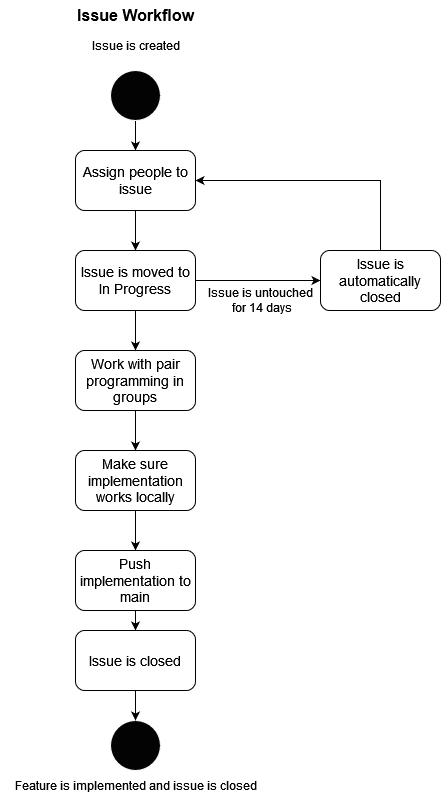
The draw.io diagram docs/diagrams/IssueWorkflow.png in ITU-BDSA23-GROUP19/Chirp, before a commit. Source tidied: cells renumbered, new cells last; positions are measured from the earlier drawing's top-left corner, leaving out a move shared by most shapes.
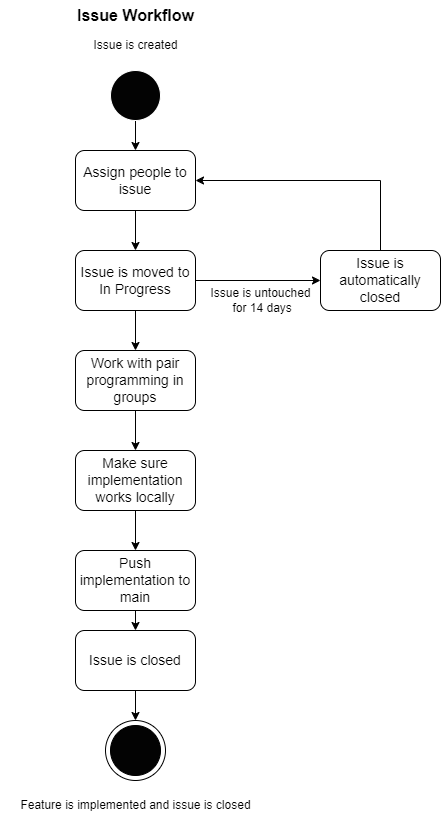
After the change.

What changed in the source:
```diff
@@ -2,6 +2,9 @@
   <root>
     <mxCell id="0" />
     <mxCell id="1" parent="0" />
+    <mxCell id="24" style="ellipse;whiteSpace=wrap;html=1;strokeColor=#000000;fillColor=#FFFFFF;" parent="1" vertex="1">
+      <mxGeometry x="105" y="720" width="60" height="60" as="geometry" />
+    </mxCell>
     <mxCell id="2" style="edgeStyle=orthogonalEdgeStyle;rounded=0;jettySize=auto;html=1;exitX=0.5;exitY=1;exitDx=0;exitDy=0;entryX=0.5;entryY=0;entryDx=0;entryDy=0;" parent="1" edge="1" source="3" target="7">
       <mxGeometry relative="1" as="geometry" />
     </mxCell>
@@ -47,17 +50,17 @@
     <mxCell id="16" value="&lt;font style=&quot;font-size: 14px;&quot;&gt;Push implementation to main&lt;/font&gt;" style="rounded=1;whiteSpace=wrap;html=1;" parent="1" vertex="1">
       <mxGeometry x="75" y="550" width="120" height="60" as="geometry" />
     </mxCell>
-    <mxCell id="17" style="ellipse;whiteSpace=wrap;html=1;strokeColor=#FFFFFF;fillColor=#030303;" parent="1" vertex="1">
-      <mxGeometry x="110" y="720" width="50" height="50" as="geometry" />
+    <mxCell id="17" style="ellipse;whiteSpace=wrap;html=1;strokeColor=#000000;fillColor=#030303;" parent="1" vertex="1">
+      <mxGeometry x="110" y="725" width="50" height="50" as="geometry" />
     </mxCell>
-    <mxCell id="18" style="edgeStyle=orthogonalEdgeStyle;rounded=0;jettySize=auto;html=1;exitX=0.5;exitY=1;exitDx=0;exitDy=0;" parent="1" edge="1" source="19" target="17">
-      <mxGeometry relative="1" as="geometry" />
-    </mxCell>
+    <mxCell id="25" style="edgeStyle=orthogonalEdgeStyle;rounded=0;jettySize=auto;html=1;exitX=0.5;exitY=1;exitDx=0;exitDy=0;entryX=0.5;entryY=0;entryDx=0;entryDy=0;" parent="1" edge="1" source="19" target="24">
+      <mxGeometry relative="1" as="geometry" />
+    </mxCell>
     <mxCell id="19" value="&lt;font style=&quot;font-size: 14px;&quot;&gt;Issue is closed&lt;/font&gt;" style="rounded=1;whiteSpace=wrap;html=1;" parent="1" vertex="1">
       <mxGeometry x="75" y="630" width="120" height="60" as="geometry" />
     </mxCell>
     <mxCell id="20" value="Feature is implemented and issue is closed" style="text;html=1;align=center;verticalAlign=middle;strokeColor=none;fillColor=none;" parent="1" vertex="1">
-      <mxGeometry y="770" width="270" height="30" as="geometry" />
+      <mxGeometry y="790" width="270" height="30" as="geometry" />
     </mxCell>
     <mxCell id="21" style="edgeStyle=orthogonalEdgeStyle;rounded=0;jettySize=auto;html=1;exitX=0.5;exitY=0;exitDx=0;exitDy=0;entryX=1;entryY=0.5;entryDx=0;entryDy=0;" parent="1" edge="1" source="22" target="7">
       <mxGeometry relative="1" as="geometry" />
```
